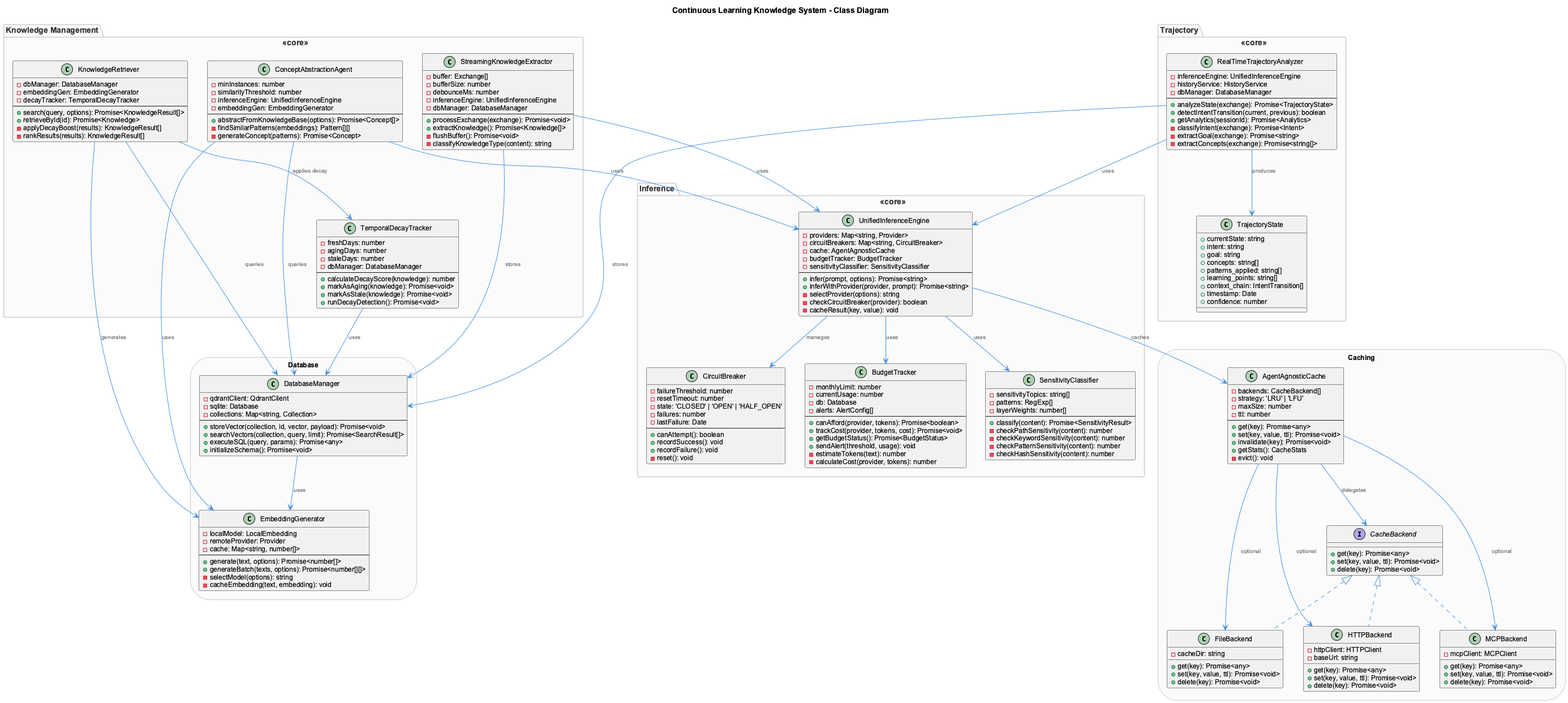
Above: docs/images/continuous-learning-class-diagram.png in fwornle/coding (PlantUML), before the change. The source it was exported from:
```plantuml
@startuml continuous-learning-class-diagram
!include _standard-style.puml

title Continuous Learning Knowledge System - Class Diagram

top to bottom direction

package "Inference" <<core>> {
  class UnifiedInferenceEngine {
    - providers: Map<string, Provider>
    - circuitBreakers: Map<string, CircuitBreaker>
    - cache: AgentAgnosticCache
    - budgetTracker: BudgetTracker
    - sensitivityClassifier: SensitivityClassifier
    --
    + infer(prompt, options): Promise<string>
    + inferWithProvider(provider, prompt): Promise<string>
    - selectProvider(options): string
    - checkCircuitBreaker(provider): boolean
    - cacheResult(key, value): void
  }

  class BudgetTracker {
    - monthlyLimit: number
    - currentUsage: number
    - db: Database
    - alerts: AlertConfig[]
    --
    + canAfford(provider, tokens): Promise<boolean>
    + trackCost(provider, tokens, cost): Promise<void>
    + getBudgetStatus(): Promise<BudgetStatus>
    + sendAlert(threshold, usage): void
    - estimateTokens(text): number
    - calculateCost(provider, tokens): number
  }

  class SensitivityClassifier {
    - sensitivityTopics: string[]
    - patterns: RegExp[]
    - layerWeights: number[]
    --
    + classify(content): Promise<SensitivityResult>
    - checkPathSensitivity(content): number
    - checkKeywordSensitivity(content): number
    - checkPatternSensitivity(content): number
    - checkHashSensitivity(content): number
  }

  class CircuitBreaker {
    - failureThreshold: number
    - resetTimeout: number
    - state: 'CLOSED' | 'OPEN' | 'HALF_OPEN'
    - failures: number
    - lastFailure: Date
    --
    + canAttempt(): boolean
    + recordSuccess(): void
    + recordFailure(): void
    - reset(): void
  }
}

package "Knowledge Management" <<core>> {
  class StreamingKnowledgeExtractor {
    - buffer: Exchange[]
    - bufferSize: number
    - debounceMs: number
    - inferenceEngine: UnifiedInferenceEngine
    - dbManager: DatabaseManager
    --
    + processExchange(exchange): Promise<void>
    + extractKnowledge(): Promise<Knowledge[]>
    - flushBuffer(): Promise<void>
    - classifyKnowledgeType(content): string
  }

  class KnowledgeRetriever {
    - dbManager: DatabaseManager
    - embeddingGen: EmbeddingGenerator
    - decayTracker: TemporalDecayTracker
    --
    + search(query, options): Promise<KnowledgeResult[]>
    + retrieveById(id): Promise<Knowledge>
    - applyDecayBoost(results): KnowledgeResult[]
    - rankResults(results): KnowledgeResult[]
  }

  class ConceptAbstractionAgent {
    - minInstances: number
    - similarityThreshold: number
    - inferenceEngine: UnifiedInferenceEngine
    - embeddingGen: EmbeddingGenerator
    --
    + abstractFromKnowledgeBase(options): Promise<Concept[]>
    - findSimilarPatterns(embeddings): Pattern[][]
    - generateConcept(patterns): Promise<Concept>
  }

  class TemporalDecayTracker {
    - freshDays: number
    - agingDays: number
    - staleDays: number
    - dbManager: DatabaseManager
    --
    + calculateDecayScore(knowledge): number
    + markAsAging(knowledge): Promise<void>
    + markAsStale(knowledge): Promise<void>
    + runDecayDetection(): Promise<void>
  }
}

package "Trajectory" <<core>> {
  class RealTimeTrajectoryAnalyzer {
    - inferenceEngine: UnifiedInferenceEngine
    - historyService: HistoryService
    - dbManager: DatabaseManager
    --
    + analyzeState(exchange): Promise<TrajectoryState>
    + detectIntentTransition(current, previous): boolean
    + getAnalytics(sessionId): Promise<Analytics>
    - classifyIntent(exchange): Promise<Intent>
    - extractGoal(exchange): Promise<string>
    - extractConcepts(exchange): Promise<string[]>
  }

  class TrajectoryState {
    + currentState: string
    + intent: string
    + goal: string
    + concepts: string[]
    + patterns_applied: string[]
    + learning_points: string[]
    + context_chain: IntentTransition[]
    + timestamp: Date
    + confidence: number
  }
}

package "Database" <<storage>> {
  class DatabaseManager {
    - qdrantClient: QdrantClient
    - sqlite: Database
    - collections: Map<string, Collection>
    --
    + storeVector(collection, id, vector, payload): Promise<void>
    + searchVectors(collection, query, limit): Promise<SearchResult[]>
    + executeSQL(query, params): Promise<any>
    + initializeSchema(): Promise<void>
  }

  class EmbeddingGenerator {
    - localModel: LocalEmbedding
    - remoteProvider: Provider
    - cache: Map<string, number[]>
    --
    + generate(text, options): Promise<number[]>
    + generateBatch(texts, options): Promise<number[][]>
    - selectModel(options): string
    - cacheEmbedding(text, embedding): void
  }
}

package "Caching" <<storage>> {
  class AgentAgnosticCache {
    - backends: CacheBackend[]
    - strategy: 'LRU' | 'LFU'
    - maxSize: number
    - ttl: number
    --
    + get(key): Promise<any>
    + set(key, value, ttl): Promise<void>
    + invalidate(key): Promise<void>
    + getStats(): CacheStats
    - evict(): void
  }

  interface CacheBackend {
    + get(key): Promise<any>
    + set(key, value, ttl): Promise<void>
    + delete(key): Promise<void>
  }

  class FileBackend implements CacheBackend {
    - cacheDir: string
    + get(key): Promise<any>
    + set(key, value, ttl): Promise<void>
    + delete(key): Promise<void>
  }

  class HTTPBackend implements CacheBackend {
    - httpClient: HTTPClient
    - baseUrl: string
    + get(key): Promise<any>
    + set(key, value, ttl): Promise<void>
    + delete(key): Promise<void>
  }

  class MCPBackend implements CacheBackend {
    - mcpClient: MCPClient
    + get(key): Promise<any>
    + set(key, value, ttl): Promise<void>
    + delete(key): Promise<void>
  }
}

UnifiedInferenceEngine --> BudgetTracker : uses
UnifiedInferenceEngine --> SensitivityClassifier : uses
UnifiedInferenceEngine --> CircuitBreaker : manages
UnifiedInferenceEngine --> AgentAgnosticCache : caches

StreamingKnowledgeExtractor --> UnifiedInferenceEngine : uses
StreamingKnowledgeExtractor --> DatabaseManager : stores
KnowledgeRetriever --> DatabaseManager : queries
KnowledgeRetriever --> EmbeddingGenerator : generates
KnowledgeRetriever --> TemporalDecayTracker : applies decay
ConceptAbstractionAgent --> UnifiedInferenceEngine : uses
ConceptAbstractionAgent --> EmbeddingGenerator : uses
ConceptAbstractionAgent --> DatabaseManager : queries

RealTimeTrajectoryAnalyzer --> UnifiedInferenceEngine : uses
RealTimeTrajectoryAnalyzer --> DatabaseManager : stores
RealTimeTrajectoryAnalyzer --> TrajectoryState : produces

DatabaseManager --> EmbeddingGenerator : uses
TemporalDecayTracker --> DatabaseManager : uses

AgentAgnosticCache --> CacheBackend : delegates
AgentAgnosticCache --> FileBackend : optional
AgentAgnosticCache --> HTTPBackend : optional
AgentAgnosticCache --> MCPBackend : optional

@enduml
```
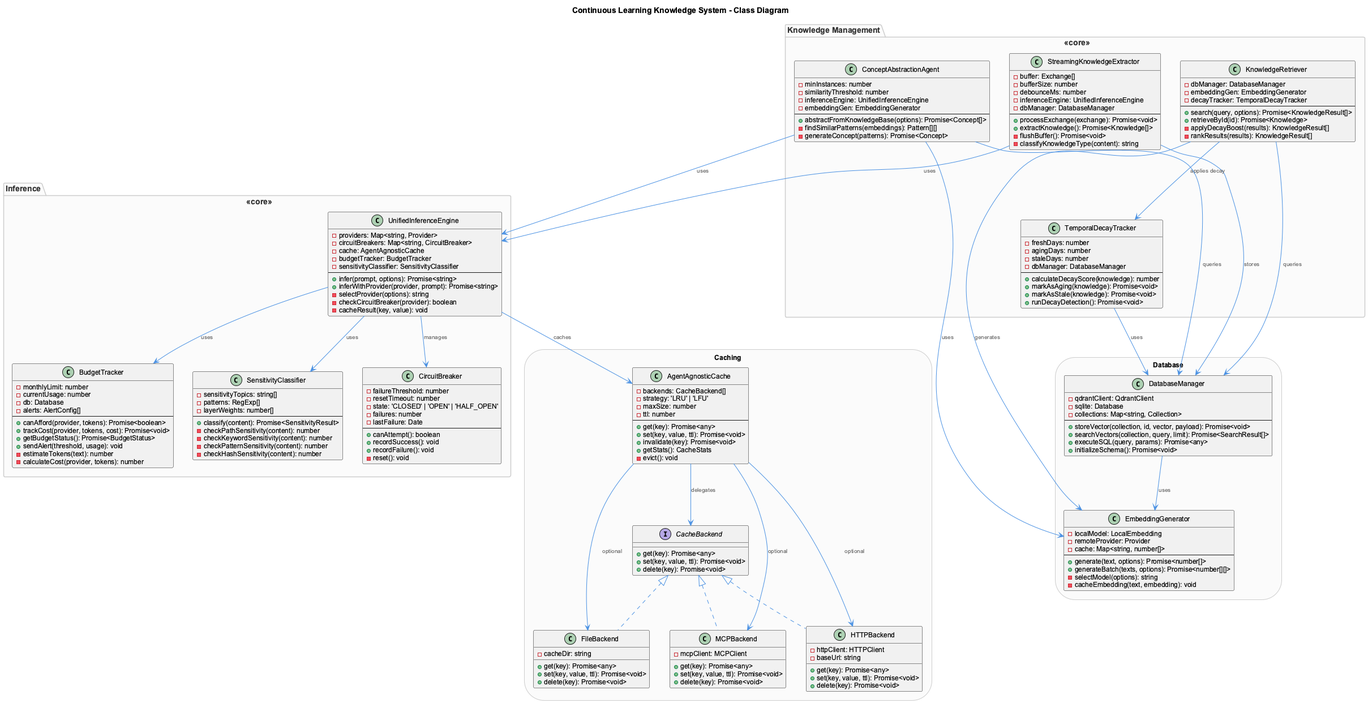
After the change.

Change to the diagram source:
```diff
@@ -109,33 +109,6 @@
   }
 }
 
-package "Trajectory" <<core>> {
-  class RealTimeTrajectoryAnalyzer {
-    - inferenceEngine: UnifiedInferenceEngine
-    - historyService: HistoryService
-    - dbManager: DatabaseManager
-    --
-    + analyzeState(exchange): Promise<TrajectoryState>
-    + detectIntentTransition(current, previous): boolean
-    + getAnalytics(sessionId): Promise<Analytics>
-    - classifyIntent(exchange): Promise<Intent>
-    - extractGoal(exchange): Promise<string>
-    - extractConcepts(exchange): Promise<string[]>
-  }
-
-  class TrajectoryState {
-    + currentState: string
-    + intent: string
-    + goal: string
-    + concepts: string[]
-    + patterns_applied: string[]
-    + learning_points: string[]
-    + context_chain: IntentTransition[]
-    + timestamp: Date
-    + confidence: number
-  }
-}
-
 package "Database" <<storage>> {
   class DatabaseManager {
     - qdrantClient: QdrantClient
@@ -217,10 +190,6 @@
 ConceptAbstractionAgent --> EmbeddingGenerator : uses
 ConceptAbstractionAgent --> DatabaseManager : queries
 
-RealTimeTrajectoryAnalyzer --> UnifiedInferenceEngine : uses
-RealTimeTrajectoryAnalyzer --> DatabaseManager : stores
-RealTimeTrajectoryAnalyzer --> TrajectoryState : produces
-
 DatabaseManager --> EmbeddingGenerator : uses
 TemporalDecayTracker --> DatabaseManager : uses
 
```
